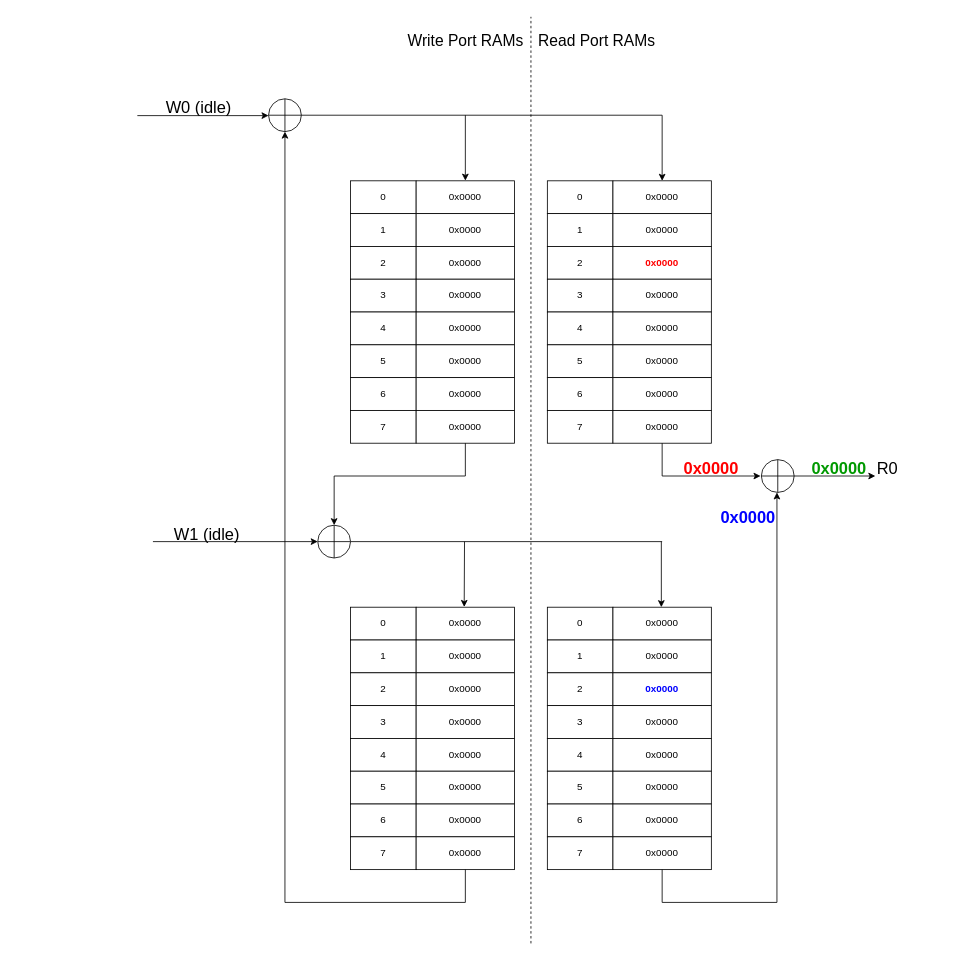
The draw.io diagram page "Init_State" (3 of 10) of assets/multiport_memories/xor_memory.drawio in tomverbeure/tomverbeure.github.io, before the edit. Source tidied: cells renumbered, new cells numbered last; positions are measured from the earlier drawing's top-left corner, leaving out a move shared by most shapes. Both pictures are drawn from the tidied source at 82%, with x=0, y=0 at pixel (137, 16).
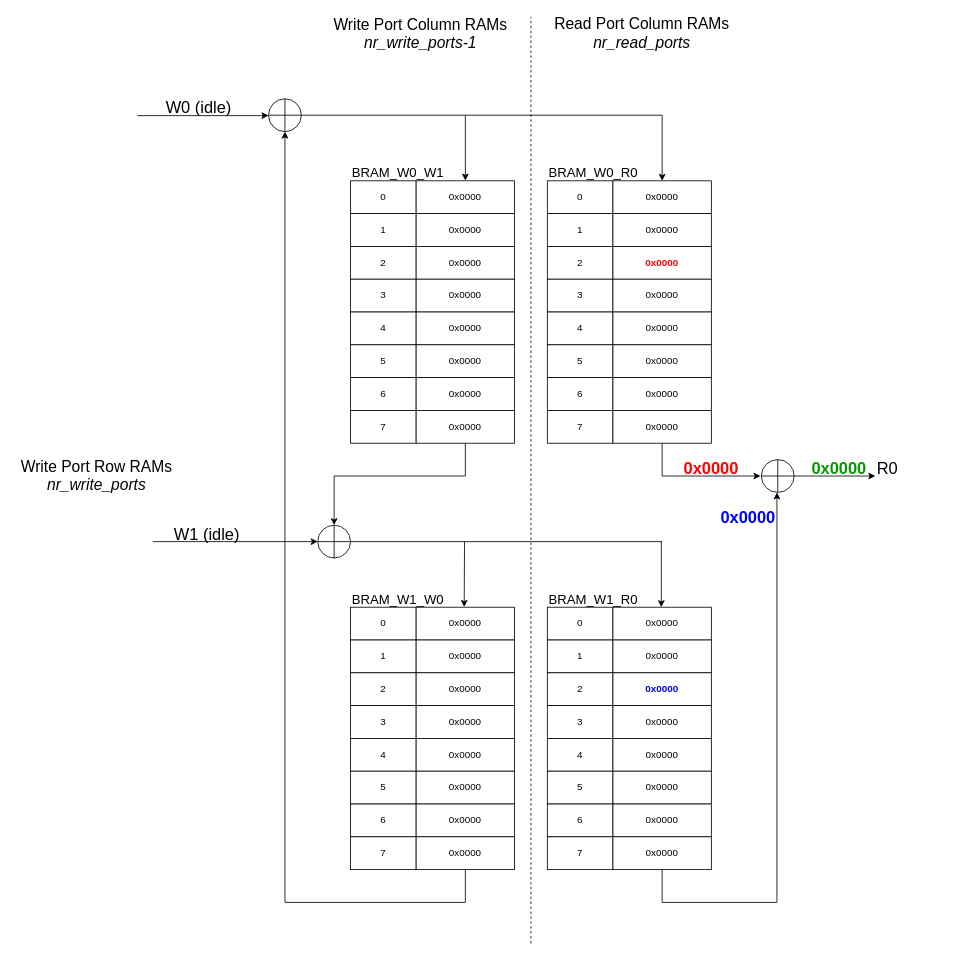
Above is the later version.

Commit message (it also covers changes not shown here):
XOR-based multi-port RAMs.

Diff of the diagram source:
```diff
@@
-    <mxCell id="104" style="group;" parent="1" vertex="1">
-      <mxGeometry x="320" width="320" height="1130" as="geometry" />
-    </mxCell>
+    <mxCell id="108" style="group;" parent="1" vertex="1">
+      <mxGeometry x="-150" width="880" height="1130" as="geometry" />
+    </mxCell>
-    <mxCell id="105" style="endArrow=none;dashed=1;html=1;" parent="104" edge="1">
+    <mxCell id="105" style="endArrow=none;dashed=1;html=1;" parent="108" edge="1">
       <mxGeometry relative="1" as="geometry">
-        <mxPoint x="160" y="1130" as="sourcePoint" />
-        <mxPoint x="160" as="targetPoint" />
+        <mxPoint x="630" y="1130" as="sourcePoint" />
+        <mxPoint x="630" as="targetPoint" />
       </mxGeometry>
     </mxCell>
-    <mxCell id="106" value="&lt;font style=&quot;font-size: 19px&quot;&gt;Write Port RAMs&lt;/font&gt;" style="text;html=1;align=center;verticalAlign=middle;fillColor=none;strokeColor=none;rounded=0;" parent="104" vertex="1">
-      <mxGeometry y="20" width="160" height="20" as="geometry" />
+    <mxCell id="106" value="&lt;font style=&quot;font-size: 19px&quot;&gt;Write Port Column RAMs&lt;br&gt;&lt;i&gt;nr_write_ports-1&lt;/i&gt;&lt;br&gt;&lt;/font&gt;" style="text;html=1;align=center;verticalAlign=middle;fillColor=none;strokeColor=none;rounded=0;" parent="108" vertex="1">
+      <mxGeometry x="380" y="1" width="230" height="40" as="geometry" />
     </mxCell>
-    <mxCell id="107" value="&lt;font style=&quot;font-size: 19px&quot;&gt;Read Port RAMs&lt;/font&gt;" style="text;html=1;align=center;verticalAlign=middle;fillColor=none;strokeColor=none;rounded=0;" parent="104" vertex="1">
-      <mxGeometry x="160" y="20" width="160" height="20" as="geometry" />
+    <mxCell id="107" value="&lt;font style=&quot;font-size: 19px&quot;&gt;Read Port Column RAMs&lt;br&gt;&lt;i&gt;nr_read_ports&lt;/i&gt;&lt;br&gt;&lt;/font&gt;" style="text;html=1;align=center;verticalAlign=middle;fillColor=none;strokeColor=none;rounded=0;" parent="108" vertex="1">
+      <mxGeometry x="650" width="230" height="40" as="geometry" />
     </mxCell>
+    <mxCell id="109" value="&lt;font style=&quot;font-size: 19px&quot;&gt;Write Port Row RAMs&lt;br&gt;&lt;i&gt;nr_write_ports&lt;/i&gt;&lt;br&gt;&lt;/font&gt;" style="text;html=1;align=center;verticalAlign=middle;fillColor=none;strokeColor=none;rounded=0;" parent="108" vertex="1">
+      <mxGeometry y="540" width="200" height="40" as="geometry" />
+    </mxCell>
+    <mxCell id="110" style="group;" parent="108" vertex="1">
+      <mxGeometry x="410" y="180" width="400" height="540" as="geometry" />
+    </mxCell>
+    <mxCell id="111" value="&lt;font style=&quot;font-size: 16px&quot;&gt;BRAM_W0_W1&lt;/font&gt;" style="text;html=1;strokeColor=none;fillColor=none;align=left;verticalAlign=middle;whiteSpace=wrap;rounded=0;" parent="110" vertex="1">
+      <mxGeometry width="160" height="20" as="geometry" />
+    </mxCell>
+    <mxCell id="112" value="&lt;font style=&quot;font-size: 16px&quot;&gt;BRAM_W0_R0&lt;/font&gt;" style="text;html=1;strokeColor=none;fillColor=none;align=left;verticalAlign=middle;whiteSpace=wrap;rounded=0;" parent="110" vertex="1">
+      <mxGeometry x="240" width="160" height="20" as="geometry" />
+    </mxCell>
+    <mxCell id="113" value="&lt;font style=&quot;font-size: 16px&quot;&gt;BRAM_W1_W0&lt;br&gt;&lt;/font&gt;" style="text;html=1;strokeColor=none;fillColor=none;align=left;verticalAlign=middle;whiteSpace=wrap;rounded=0;" parent="110" vertex="1">
+      <mxGeometry y="520" width="160" height="20" as="geometry" />
+    </mxCell>
+    <mxCell id="114" value="&lt;font style=&quot;font-size: 16px&quot;&gt;BRAM_W1_R0&lt;/font&gt;" style="text;html=1;strokeColor=none;fillColor=none;align=left;verticalAlign=middle;whiteSpace=wrap;rounded=0;" parent="110" vertex="1">
+      <mxGeometry x="240" y="520" width="160" height="20" as="geometry" />
+    </mxCell>
```
